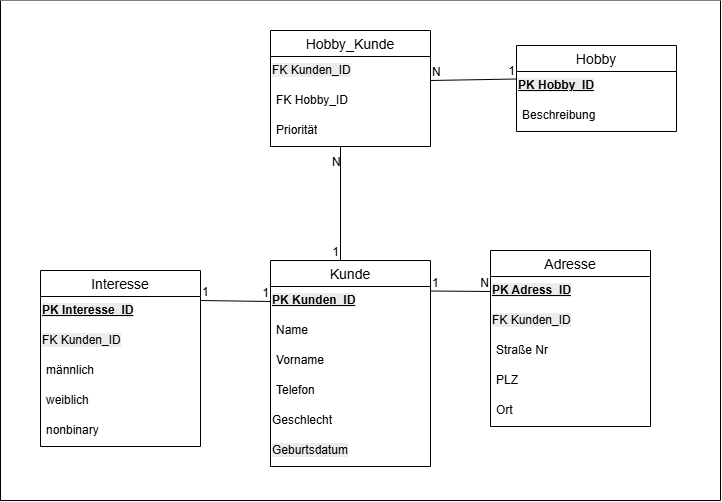
Before: images/grobesERD.png, a diagram exported from draw.io (Sweet-Lunalotl/LetsMeet_Luna). Source tidied: cells renumbered, new cells last; positions are measured from the earlier drawing's top-left corner, leaving out a move shared by most shapes.
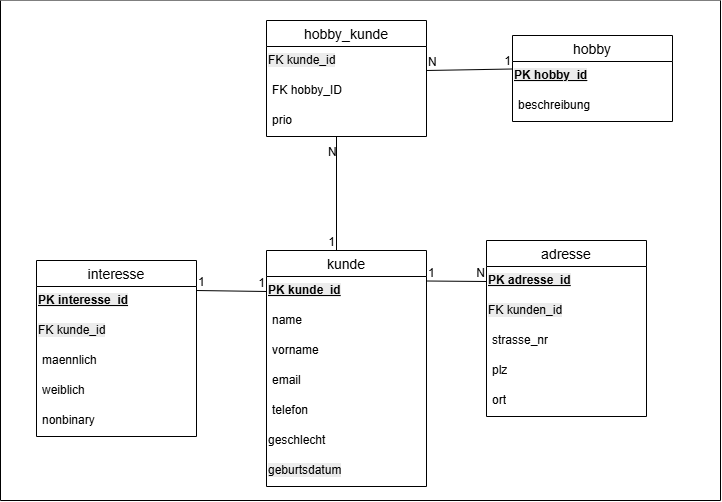
Later version of the same file.

The edit, as a diff of the source:
```diff
@@ -3,30 +3,33 @@
     <mxCell id="0" />
     <mxCell id="1" parent="0" />
     <mxCell id="2" style="swimlane;startSize=0;fillStyle=auto;fillColor=light-dark(#c2c2c2, #ededed);gradientColor=none;swimlaneFillColor=default;" parent="1" vertex="1">
-      <mxGeometry width="720" height="500" as="geometry" />
+      <mxGeometry x="4" y="10" width="720" height="500" as="geometry" />
     </mxCell>
-    <mxCell id="3" value="Kunde" style="swimlane;fontStyle=0;horizontal=1;startSize=26;align=center;fontSize=14;" parent="1" vertex="1">
-      <mxGeometry x="270" y="260" width="160" height="206" as="geometry" />
+    <mxCell id="3" value="kunde" style="swimlane;fontStyle=0;horizontal=1;startSize=26;align=center;fontSize=14;" parent="1" vertex="1">
+      <mxGeometry x="270" y="260" width="160" height="236" as="geometry" />
     </mxCell>
-    <mxCell id="4" value="&lt;span style=&quot;color: rgb(0, 0, 0); font-family: Helvetica; font-size: 12px; font-style: normal; font-variant-ligatures: normal; font-variant-caps: normal; letter-spacing: normal; orphans: 2; text-align: left; text-indent: 0px; text-transform: none; widows: 2; word-spacing: 0px; -webkit-text-stroke-width: 0px; white-space: normal; background-color: rgb(236, 236, 236); text-decoration-thickness: initial; text-decoration-style: initial; text-decoration-color: initial; float: none; display: inline !important;&quot;&gt;&lt;u style=&quot;&quot;&gt;&lt;b&gt;PK Kunden_ID&lt;/b&gt;&lt;/u&gt;&lt;/span&gt;" style="text;whiteSpace=wrap;html=1;" parent="3" vertex="1">
+    <mxCell id="4" value="&lt;span style=&quot;color: rgb(0, 0, 0); font-family: Helvetica; font-size: 12px; font-style: normal; font-variant-ligatures: normal; font-variant-caps: normal; letter-spacing: normal; orphans: 2; text-align: left; text-indent: 0px; text-transform: none; widows: 2; word-spacing: 0px; -webkit-text-stroke-width: 0px; white-space: normal; background-color: rgb(236, 236, 236); text-decoration-thickness: initial; text-decoration-style: initial; text-decoration-color: initial; float: none; display: inline !important;&quot;&gt;&lt;u style=&quot;&quot;&gt;&lt;b&gt;PK kunde_id&lt;/b&gt;&lt;/u&gt;&lt;/span&gt;" style="text;whiteSpace=wrap;html=1;" parent="3" vertex="1">
       <mxGeometry y="26" width="160" height="30" as="geometry" />
     </mxCell>
-    <mxCell id="5" value="Name" style="text;strokeColor=none;fillColor=none;spacingLeft=4;spacingRight=4;overflow=hidden;fontSize=12;whiteSpace=wrap;html=1;" parent="3" vertex="1">
+    <mxCell id="5" value="name" style="text;strokeColor=none;fillColor=none;spacingLeft=4;spacingRight=4;overflow=hidden;fontSize=12;whiteSpace=wrap;html=1;" parent="3" vertex="1">
       <mxGeometry y="56" width="160" height="30" as="geometry" />
     </mxCell>
-    <mxCell id="6" value="Vorname" style="text;strokeColor=none;fillColor=none;spacingLeft=4;spacingRight=4;overflow=hidden;fontSize=12;whiteSpace=wrap;html=1;" parent="3" vertex="1">
+    <mxCell id="6" value="vorname" style="text;strokeColor=none;fillColor=none;spacingLeft=4;spacingRight=4;overflow=hidden;fontSize=12;whiteSpace=wrap;html=1;" parent="3" vertex="1">
       <mxGeometry y="86" width="160" height="30" as="geometry" />
     </mxCell>
+    <mxCell id="41" value="email" style="text;strokeColor=none;fillColor=none;spacingLeft=4;spacingRight=4;overflow=hidden;fontSize=12;whiteSpace=wrap;html=1;" parent="3" vertex="1">
+      <mxGeometry y="116" width="160" height="30" as="geometry" />
+    </mxCell>
-    <mxCell id="7" value="Telefon" style="text;strokeColor=none;fillColor=none;spacingLeft=4;spacingRight=4;overflow=hidden;fontSize=12;whiteSpace=wrap;html=1;" parent="3" vertex="1">
-      <mxGeometry y="116" width="160" height="30" as="geometry" />
+    <mxCell id="7" value="telefon" style="text;strokeColor=none;fillColor=none;spacingLeft=4;spacingRight=4;overflow=hidden;fontSize=12;whiteSpace=wrap;html=1;" parent="3" vertex="1">
+      <mxGeometry y="146" width="160" height="30" as="geometry" />
     </mxCell>
-    <mxCell id="8" value="Geschlecht" style="text;whiteSpace=wrap;" parent="3" vertex="1">
-      <mxGeometry y="146" width="160" height="30" as="geometry" />
+    <mxCell id="8" value="geschlecht" style="text;whiteSpace=wrap;" parent="3" vertex="1">
+      <mxGeometry y="176" width="160" height="30" as="geometry" />
     </mxCell>
-    <mxCell id="9" value="&lt;span style=&quot;color: rgb(0, 0, 0); font-family: Helvetica; font-size: 12px; font-style: normal; font-variant-ligatures: normal; font-variant-caps: normal; font-weight: 400; letter-spacing: normal; orphans: 2; text-align: left; text-indent: 0px; text-transform: none; widows: 2; word-spacing: 0px; -webkit-text-stroke-width: 0px; white-space: normal; background-color: rgb(236, 236, 236); text-decoration-thickness: initial; text-decoration-style: initial; text-decoration-color: initial; float: none; display: inline !important;&quot;&gt;Geburtsdatum&lt;/span&gt;" style="text;whiteSpace=wrap;html=1;" parent="3" vertex="1">
-      <mxGeometry y="176" width="160" height="30" as="geometry" />
+    <mxCell id="9" value="&lt;span style=&quot;color: rgb(0, 0, 0); font-family: Helvetica; font-size: 12px; font-style: normal; font-variant-ligatures: normal; font-variant-caps: normal; font-weight: 400; letter-spacing: normal; orphans: 2; text-align: left; text-indent: 0px; text-transform: none; widows: 2; word-spacing: 0px; -webkit-text-stroke-width: 0px; white-space: normal; background-color: rgb(236, 236, 236); text-decoration-thickness: initial; text-decoration-style: initial; text-decoration-color: initial; float: none; display: inline !important;&quot;&gt;geburtsdatum&lt;/span&gt;" style="text;whiteSpace=wrap;html=1;" parent="3" vertex="1">
+      <mxGeometry y="206" width="160" height="30" as="geometry" />
     </mxCell>
-    <mxCell id="10" value="Adresse" style="swimlane;fontStyle=0;horizontal=1;startSize=26;align=center;fontSize=14;" parent="1" vertex="1">
+    <mxCell id="10" value="adresse" style="swimlane;fontStyle=0;horizontal=1;startSize=26;align=center;fontSize=14;" parent="1" vertex="1">
       <mxGeometry x="490" y="250" width="160" height="176" as="geometry" />
     </mxCell>
     <mxCell id="11" style="endArrow=none;html=1;rounded=0;entryX=0;entryY=0.5;entryDx=0;entryDy=0;" parent="10" edge="1" target="14">
@@ -40,31 +43,31 @@
     <mxCell id="13" value="N" style="html=1;whiteSpace=wrap;align=right;verticalAlign=bottom;" parent="11" vertex="1">
       <mxGeometry x="1" relative="1" as="geometry" />
     </mxCell>
-    <mxCell id="14" value="&lt;span style=&quot;color: rgb(0, 0, 0); font-family: Helvetica; font-size: 12px; font-style: normal; font-variant-ligatures: normal; font-variant-caps: normal; letter-spacing: normal; orphans: 2; text-align: left; text-indent: 0px; text-transform: none; widows: 2; word-spacing: 0px; -webkit-text-stroke-width: 0px; white-space: normal; background-color: rgb(236, 236, 236); text-decoration-thickness: initial; text-decoration-style: initial; text-decoration-color: initial; float: none; display: inline !important;&quot;&gt;&lt;u style=&quot;&quot;&gt;&lt;b&gt;PK Adress_ID&lt;/b&gt;&lt;/u&gt;&lt;/span&gt;" style="text;whiteSpace=wrap;html=1;" parent="10" vertex="1">
+    <mxCell id="14" value="&lt;span style=&quot;color: rgb(0, 0, 0); font-family: Helvetica; font-size: 12px; font-style: normal; font-variant-ligatures: normal; font-variant-caps: normal; letter-spacing: normal; orphans: 2; text-align: left; text-indent: 0px; text-transform: none; widows: 2; word-spacing: 0px; -webkit-text-stroke-width: 0px; white-space: normal; background-color: rgb(236, 236, 236); text-decoration-thickness: initial; text-decoration-style: initial; text-decoration-color: initial; float: none; display: inline !important;&quot;&gt;&lt;u style=&quot;&quot;&gt;&lt;b&gt;PK adresse_id&lt;/b&gt;&lt;/u&gt;&lt;/span&gt;" style="text;whiteSpace=wrap;html=1;" parent="10" vertex="1">
       <mxGeometry y="26" width="160" height="30" as="geometry" />
     </mxCell>
-    <mxCell id="15" value="&lt;span style=&quot;color: rgb(0, 0, 0); font-family: Helvetica; font-size: 12px; font-style: normal; font-variant-ligatures: normal; font-variant-caps: normal; font-weight: 400; letter-spacing: normal; orphans: 2; text-align: left; text-indent: 0px; text-transform: none; widows: 2; word-spacing: 0px; -webkit-text-stroke-width: 0px; white-space: normal; background-color: rgb(236, 236, 236); text-decoration-thickness: initial; text-decoration-style: initial; text-decoration-color: initial; float: none; display: inline !important;&quot;&gt;FK Kunden_ID&lt;/span&gt;" style="text;whiteSpace=wrap;html=1;" parent="10" vertex="1">
+    <mxCell id="15" value="&lt;span style=&quot;color: rgb(0, 0, 0); font-family: Helvetica; font-size: 12px; font-style: normal; font-variant-ligatures: normal; font-variant-caps: normal; font-weight: 400; letter-spacing: normal; orphans: 2; text-align: left; text-indent: 0px; text-transform: none; widows: 2; word-spacing: 0px; -webkit-text-stroke-width: 0px; white-space: normal; background-color: rgb(236, 236, 236); text-decoration-thickness: initial; text-decoration-style: initial; text-decoration-color: initial; float: none; display: inline !important;&quot;&gt;FK kunden_id&lt;/span&gt;" style="text;whiteSpace=wrap;html=1;" parent="10" vertex="1">
       <mxGeometry y="56" width="160" height="30" as="geometry" />
     </mxCell>
-    <mxCell id="16" value="Straße Nr" style="text;strokeColor=none;fillColor=none;spacingLeft=4;spacingRight=4;overflow=hidden;fontSize=12;whiteSpace=wrap;html=1;" parent="10" vertex="1">
+    <mxCell id="16" value="strasse_nr" style="text;strokeColor=none;fillColor=none;spacingLeft=4;spacingRight=4;overflow=hidden;fontSize=12;whiteSpace=wrap;html=1;" parent="10" vertex="1">
       <mxGeometry y="86" width="160" height="30" as="geometry" />
     </mxCell>
-    <mxCell id="17" value="PLZ" style="text;strokeColor=none;fillColor=none;spacingLeft=4;spacingRight=4;overflow=hidden;fontSize=12;whiteSpace=wrap;html=1;" parent="10" vertex="1">
+    <mxCell id="17" value="plz" style="text;strokeColor=none;fillColor=none;spacingLeft=4;spacingRight=4;overflow=hidden;fontSize=12;whiteSpace=wrap;html=1;" parent="10" vertex="1">
       <mxGeometry y="116" width="160" height="30" as="geometry" />
     </mxCell>
-    <mxCell id="18" value="Ort" style="text;strokeColor=none;fillColor=none;spacingLeft=4;spacingRight=4;overflow=hidden;fontSize=12;whiteSpace=wrap;html=1;" parent="10" vertex="1">
+    <mxCell id="18" value="ort" style="text;strokeColor=none;fillColor=none;spacingLeft=4;spacingRight=4;overflow=hidden;fontSize=12;whiteSpace=wrap;html=1;" parent="10" vertex="1">
       <mxGeometry y="146" width="160" height="30" as="geometry" />
     </mxCell>
-    <mxCell id="19" value="Interesse" style="swimlane;fontStyle=0;horizontal=1;startSize=26;align=center;fontSize=14;" parent="1" vertex="1">
+    <mxCell id="19" value="interesse" style="swimlane;fontStyle=0;horizontal=1;startSize=26;align=center;fontSize=14;" parent="1" vertex="1">
       <mxGeometry x="40" y="270" width="160" height="176" as="geometry" />
     </mxCell>
-    <mxCell id="20" value="&lt;span style=&quot;color: rgb(0, 0, 0); font-family: Helvetica; font-size: 12px; font-style: normal; font-variant-ligatures: normal; font-variant-caps: normal; letter-spacing: normal; orphans: 2; text-align: left; text-indent: 0px; text-transform: none; widows: 2; word-spacing: 0px; -webkit-text-stroke-width: 0px; white-space: normal; background-color: rgb(236, 236, 236); text-decoration-thickness: initial; text-decoration-style: initial; text-decoration-color: initial; float: none; display: inline !important;&quot;&gt;&lt;u style=&quot;&quot;&gt;&lt;b&gt;PK Interesse_ID&lt;/b&gt;&lt;/u&gt;&lt;/span&gt;" style="text;whiteSpace=wrap;html=1;" parent="19" vertex="1">
+    <mxCell id="20" value="&lt;span style=&quot;color: rgb(0, 0, 0); font-family: Helvetica; font-size: 12px; font-style: normal; font-variant-ligatures: normal; font-variant-caps: normal; letter-spacing: normal; orphans: 2; text-align: left; text-indent: 0px; text-transform: none; widows: 2; word-spacing: 0px; -webkit-text-stroke-width: 0px; white-space: normal; background-color: rgb(236, 236, 236); text-decoration-thickness: initial; text-decoration-style: initial; text-decoration-color: initial; float: none; display: inline !important;&quot;&gt;&lt;u style=&quot;&quot;&gt;&lt;b&gt;PK interesse_id&lt;/b&gt;&lt;/u&gt;&lt;/span&gt;" style="text;whiteSpace=wrap;html=1;" parent="19" vertex="1">
       <mxGeometry y="26" width="160" height="30" as="geometry" />
     </mxCell>
-    <mxCell id="21" value="&lt;span style=&quot;color: rgb(0, 0, 0); font-family: Helvetica; font-size: 12px; font-style: normal; font-variant-ligatures: normal; font-variant-caps: normal; font-weight: 400; letter-spacing: normal; orphans: 2; text-align: left; text-indent: 0px; text-transform: none; widows: 2; word-spacing: 0px; -webkit-text-stroke-width: 0px; white-space: normal; background-color: rgb(236, 236, 236); text-decoration-thickness: initial; text-decoration-style: initial; text-decoration-color: initial; float: none; display: inline !important;&quot;&gt;FK Kunden_ID&lt;/span&gt;" style="text;whiteSpace=wrap;html=1;" parent="19" vertex="1">
+    <mxCell id="21" value="&lt;span style=&quot;color: rgb(0, 0, 0); font-family: Helvetica; font-size: 12px; font-style: normal; font-variant-ligatures: normal; font-variant-caps: normal; font-weight: 400; letter-spacing: normal; orphans: 2; text-align: left; text-indent: 0px; text-transform: none; widows: 2; word-spacing: 0px; -webkit-text-stroke-width: 0px; white-space: normal; background-color: rgb(236, 236, 236); text-decoration-thickness: initial; text-decoration-style: initial; text-decoration-color: initial; float: none; display: inline !important;&quot;&gt;FK kunde_id&lt;/span&gt;" style="text;whiteSpace=wrap;html=1;" parent="19" vertex="1">
       <mxGeometry y="56" width="160" height="30" as="geometry" />
     </mxCell>
-    <mxCell id="22" value="männlich" style="text;strokeColor=none;fillColor=none;spacingLeft=4;spacingRight=4;overflow=hidden;fontSize=12;whiteSpace=wrap;html=1;" parent="19" vertex="1">
+    <mxCell id="22" value="maennlich" style="text;strokeColor=none;fillColor=none;spacingLeft=4;spacingRight=4;overflow=hidden;fontSize=12;whiteSpace=wrap;html=1;" parent="19" vertex="1">
       <mxGeometry y="86" width="160" height="30" as="geometry" />
     </mxCell>
     <mxCell id="23" value="weiblich" style="text;strokeColor=none;fillColor=none;spacingLeft=4;spacingRight=4;overflow=hidden;fontSize=12;whiteSpace=wrap;html=1;" parent="19" vertex="1">
@@ -73,7 +76,7 @@
     <mxCell id="24" value="nonbinary" style="text;strokeColor=none;fillColor=none;spacingLeft=4;spacingRight=4;overflow=hidden;fontSize=12;whiteSpace=wrap;html=1;" parent="19" vertex="1">
       <mxGeometry y="146" width="160" height="30" as="geometry" />
     </mxCell>
-    <mxCell id="25" value="Hobby" style="swimlane;fontStyle=0;horizontal=1;startSize=26;align=center;fontSize=14;" parent="1" vertex="1">
+    <mxCell id="25" value="hobby" style="swimlane;fontStyle=0;horizontal=1;startSize=26;align=center;fontSize=14;" parent="1" vertex="1">
       <mxGeometry x="516" y="45" width="160" height="86" as="geometry" />
     </mxCell>
     <mxCell id="26" style="endArrow=none;html=1;rounded=0;entryX=0;entryY=0.25;entryDx=0;entryDy=0;" parent="25" edge="1" target="29">
@@ -87,22 +90,22 @@
     <mxCell id="28" value="1" style="html=1;whiteSpace=wrap;align=right;verticalAlign=bottom;" parent="26" vertex="1">
       <mxGeometry x="1" relative="1" as="geometry" />
     </mxCell>
-    <mxCell id="29" value="&lt;span style=&quot;color: rgb(0, 0, 0); font-family: Helvetica; font-size: 12px; font-style: normal; font-variant-ligatures: normal; font-variant-caps: normal; letter-spacing: normal; orphans: 2; text-align: left; text-indent: 0px; text-transform: none; widows: 2; word-spacing: 0px; -webkit-text-stroke-width: 0px; white-space: normal; background-color: rgb(236, 236, 236); text-decoration-thickness: initial; text-decoration-style: initial; text-decoration-color: initial; float: none; display: inline !important;&quot;&gt;&lt;u style=&quot;&quot;&gt;&lt;b&gt;PK Hobby_ID&lt;/b&gt;&lt;/u&gt;&lt;/span&gt;" style="text;whiteSpace=wrap;html=1;" parent="25" vertex="1">
+    <mxCell id="29" value="&lt;span style=&quot;color: rgb(0, 0, 0); font-family: Helvetica; font-size: 12px; font-style: normal; font-variant-ligatures: normal; font-variant-caps: normal; letter-spacing: normal; orphans: 2; text-align: left; text-indent: 0px; text-transform: none; widows: 2; word-spacing: 0px; -webkit-text-stroke-width: 0px; white-space: normal; background-color: rgb(236, 236, 236); text-decoration-thickness: initial; text-decoration-style: initial; text-decoration-color: initial; float: none; display: inline !important;&quot;&gt;&lt;u style=&quot;&quot;&gt;&lt;b&gt;PK hobby_id&lt;/b&gt;&lt;/u&gt;&lt;/span&gt;" style="text;whiteSpace=wrap;html=1;" parent="25" vertex="1">
       <mxGeometry y="26" width="160" height="30" as="geometry" />
     </mxCell>
-    <mxCell id="30" value="Beschreibung" style="text;strokeColor=none;fillColor=none;spacingLeft=4;spacingRight=4;overflow=hidden;fontSize=12;whiteSpace=wrap;html=1;" parent="25" vertex="1">
+    <mxCell id="30" value="beschreibung" style="text;strokeColor=none;fillColor=none;spacingLeft=4;spacingRight=4;overflow=hidden;fontSize=12;whiteSpace=wrap;html=1;" parent="25" vertex="1">
       <mxGeometry y="56" width="160" height="30" as="geometry" />
     </mxCell>
-    <mxCell id="31" value="Hobby_Kunde" style="swimlane;fontStyle=0;horizontal=1;startSize=26;align=center;fontSize=14;" parent="1" vertex="1">
+    <mxCell id="31" value="hobby_kunde" style="swimlane;fontStyle=0;horizontal=1;startSize=26;align=center;fontSize=14;" parent="1" vertex="1">
       <mxGeometry x="270" y="30" width="160" height="116" as="geometry" />
     </mxCell>
-    <mxCell id="32" value="&lt;span style=&quot;color: rgb(0, 0, 0); font-family: Helvetica; font-size: 12px; font-style: normal; font-variant-ligatures: normal; font-variant-caps: normal; font-weight: 400; letter-spacing: normal; orphans: 2; text-align: left; text-indent: 0px; text-transform: none; widows: 2; word-spacing: 0px; -webkit-text-stroke-width: 0px; white-space: normal; background-color: rgb(236, 236, 236); text-decoration-thickness: initial; text-decoration-style: initial; text-decoration-color: initial; float: none; display: inline !important;&quot;&gt;FK Kunden_ID&lt;/span&gt;" style="text;whiteSpace=wrap;html=1;" parent="31" vertex="1">
+    <mxCell id="32" value="&lt;span style=&quot;color: rgb(0, 0, 0); font-family: Helvetica; font-size: 12px; font-style: normal; font-variant-ligatures: normal; font-variant-caps: normal; font-weight: 400; letter-spacing: normal; orphans: 2; text-align: left; text-indent: 0px; text-transform: none; widows: 2; word-spacing: 0px; -webkit-text-stroke-width: 0px; white-space: normal; background-color: rgb(236, 236, 236); text-decoration-thickness: initial; text-decoration-style: initial; text-decoration-color: initial; float: none; display: inline !important;&quot;&gt;FK kunde_id&lt;/span&gt;" style="text;whiteSpace=wrap;html=1;" parent="31" vertex="1">
       <mxGeometry y="26" width="160" height="30" as="geometry" />
     </mxCell>
-    <mxCell id="33" value="FK Hobby_ID" style="text;strokeColor=none;fillColor=none;spacingLeft=4;spacingRight=4;overflow=hidden;fontSize=12;whiteSpace=wrap;html=1;" parent="31" vertex="1">
+    <mxCell id="33" value="FK hobby_ID" style="text;strokeColor=none;fillColor=none;spacingLeft=4;spacingRight=4;overflow=hidden;fontSize=12;whiteSpace=wrap;html=1;" parent="31" vertex="1">
       <mxGeometry y="56" width="160" height="30" as="geometry" />
     </mxCell>
-    <mxCell id="34" value="Priorität" style="text;strokeColor=none;fillColor=none;spacingLeft=4;spacingRight=4;overflow=hidden;fontSize=12;whiteSpace=wrap;html=1;" parent="31" vertex="1">
+    <mxCell id="34" value="prio" style="text;strokeColor=none;fillColor=none;spacingLeft=4;spacingRight=4;overflow=hidden;fontSize=12;whiteSpace=wrap;html=1;" parent="31" vertex="1">
       <mxGeometry y="86" width="160" height="30" as="geometry" />
     </mxCell>
     <mxCell id="35" style="endArrow=none;html=1;rounded=0;entryX=0;entryY=0.5;entryDx=0;entryDy=0;" parent="1" edge="1" target="4">
```
